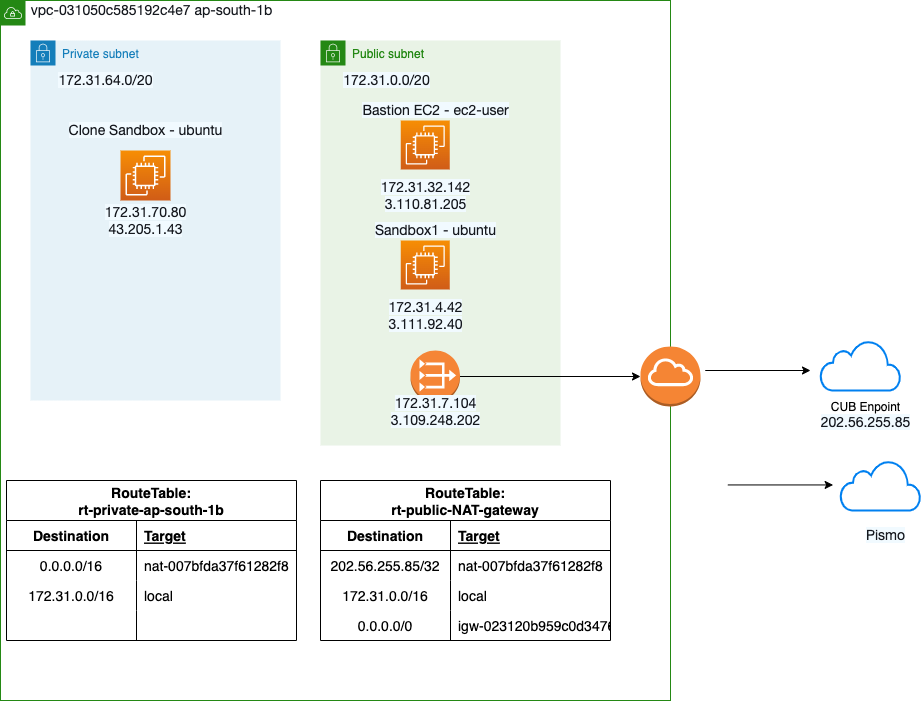
This is Lambda - NAT Gateway.drawio.png from anilkumaran/aws-architecture-diagrams, a draw.io export, as it was before one commit. Source tidied: cells renumbered, new cells last; positions are measured from the earlier drawing's top-left corner, leaving out a move shared by most shapes.
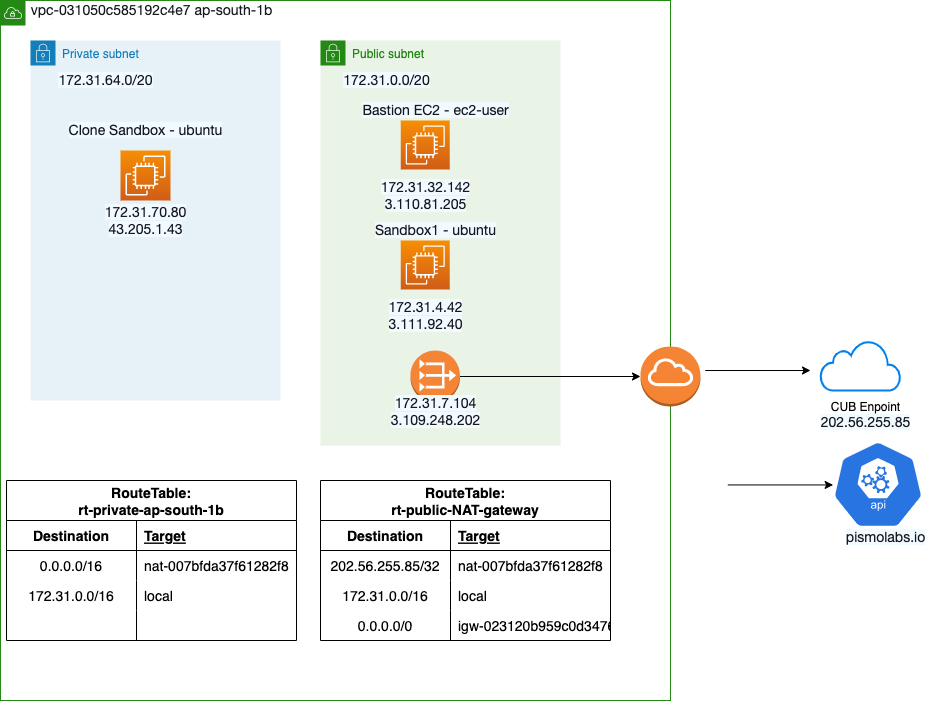
After the change.

What changed in the source:
```diff
@@ -146,11 +146,8 @@
     <mxCell id="49" value="&lt;span style=&quot;caret-color: rgb(22, 25, 31); color: rgb(22, 25, 31); font-family: &amp;quot;Amazon Ember&amp;quot;, &amp;quot;Helvetica Neue&amp;quot;, Roboto, Arial, sans-serif; font-size: 14px; text-align: start; text-size-adjust: auto; background-color: rgb(241, 250, 255);&quot;&gt;&lt;br&gt;&lt;/span&gt;" style="text;html=1;align=center;verticalAlign=middle;fillColor=none;strokeColor=none;rounded=0;" parent="1" vertex="1">
       <mxGeometry x="770" y="305" width="20" height="20" as="geometry" />
     </mxCell>
-    <mxCell id="50" style="html=1;verticalLabelPosition=bottom;align=center;labelBackgroundColor=#ffffff;verticalAlign=top;strokeWidth=2;strokeColor=#0080F0;shadow=0;dashed=0;shape=mxgraph.ios7.icons.cloud;" parent="1" vertex="1">
-      <mxGeometry x="840" y="460" width="80" height="50" as="geometry" />
-    </mxCell>
-    <mxCell id="51" value="&lt;span style=&quot;color: rgb(22, 25, 31); font-family: &amp;quot;Amazon Ember&amp;quot;, &amp;quot;Helvetica Neue&amp;quot;, Roboto, Arial, sans-serif; font-size: 14px; text-align: start; caret-color: rgb(22, 25, 31); background-color: rgb(241, 250, 255);&quot;&gt;Pismo&lt;br&gt;&lt;/span&gt;" style="text;html=1;align=center;verticalAlign=middle;fillColor=none;strokeColor=none;rounded=0;" parent="1" vertex="1">
-      <mxGeometry x="860" y="525" width="50" height="20" as="geometry" />
+    <mxCell id="51" value="&lt;span style=&quot;color: rgb(22, 25, 31); font-family: &amp;quot;Amazon Ember&amp;quot;, &amp;quot;Helvetica Neue&amp;quot;, Roboto, Arial, sans-serif; font-size: 14px; text-align: start; caret-color: rgb(22, 25, 31); background-color: rgb(241, 250, 255);&quot;&gt;pismolabs.io&lt;br&gt;&lt;br&gt;&lt;/span&gt;" style="text;html=1;align=center;verticalAlign=middle;fillColor=none;strokeColor=none;rounded=0;" parent="1" vertex="1">
+      <mxGeometry x="840" y="530" width="90" height="30" as="geometry" />
     </mxCell>
     <mxCell id="52" style="edgeStyle=orthogonalEdgeStyle;rounded=0;orthogonalLoop=1;jettySize=auto;html=1;" parent="1" edge="1">
       <mxGeometry relative="1" as="geometry">
@@ -164,5 +161,8 @@
         <mxPoint x="832.6" y="484.4" as="targetPoint" />
       </mxGeometry>
     </mxCell>
+    <mxCell id="54" style="sketch=0;html=1;dashed=0;whitespace=wrap;fillColor=#2875E2;strokeColor=#ffffff;shape=mxgraph.kubernetes.icon;prIcon=api;fontSize=14;fontColor=#000000;" parent="1" vertex="1">
+      <mxGeometry x="820" y="440" width="115" height="88" as="geometry" />
+    </mxCell>
   </root>
 </mxGraphModel>
```
